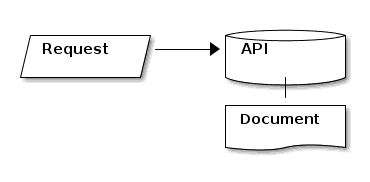
gvillarroel/skills keeps this PlantUML diagram as skills/plantuml-colorset-renderer/assets/examples/plantuml-colorset-renderer/png/ditaa.png. Above is the earlier version. Its source is kept beside it as skills/plantuml-colorset-renderer/assets/examples/base/ditaa.puml. Source of this version:
```plantuml
@startditaa
+-----------+       +-----------+
| Request   |------>| API       |
| {io}      |       | {s}       |
+-----------+       +-----+-----+
                          |
                    +-----v-----+
                    | Document  |
                    | {d}       |
                    +-----------+
@endditaa
```
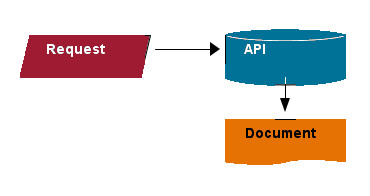
Above is the later version.

The edit, as a diff of the source:
```diff
@@ -4,7 +4,8 @@
 | {io}      |       | {s}       |
 +-----------+       +-----+-----+
                           |
-                    +-----v-----+
+                          v
+                    +-----------+
                     | Document  |
                     | {d}       |
                     +-----------+
```
